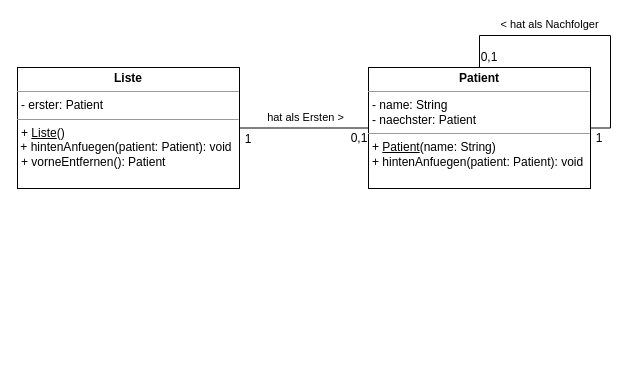
Earlier version of the draw.io diagram page "Seite-2" (2 of 2) of Liste.drawio (JoernWVSG/diagram). Source tidied: cells renumbered, new cells numbered last; positions are measured from the earlier drawing's top-left corner, leaving out a move shared by most shapes. Both pictures are drawn from the tidied source at 100%, with x=0, y=0 at pixel (17, 35).
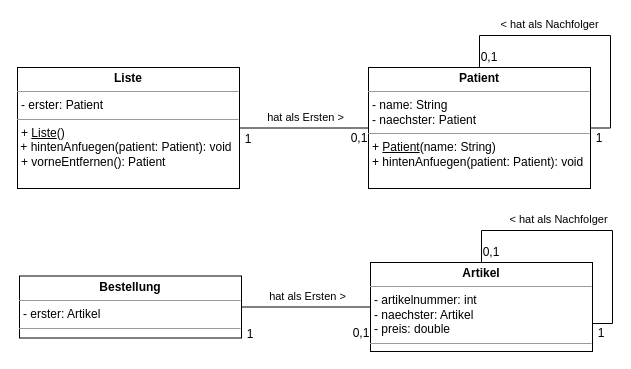
After the change.

The edit, as a diff of the source:
```diff
@@
+    <mxCell id="12" style="edgeStyle=orthogonalEdgeStyle;rounded=0;jettySize=auto;html=1;exitX=1;exitY=0.5;exitDx=0;exitDy=0;entryX=0;entryY=0.5;entryDx=0;entryDy=0;endArrow=none;endFill=0;" parent="1" edge="1" source="14" target="17">
+      <mxGeometry relative="1" as="geometry" />
+    </mxCell>
+    <mxCell id="13" value="hat als Ersten &amp;gt;" style="edgeLabel;html=1;align=center;verticalAlign=middle;" parent="12" vertex="1">
+      <mxGeometry x="-0.28" y="1" relative="1" as="geometry">
+        <mxPoint x="19" y="-10" as="offset" />
+      </mxGeometry>
+    </mxCell>
+    <mxCell id="14" value="&lt;p style=&quot;margin: 0px ; margin-top: 4px ; text-align: center&quot;&gt;&lt;b&gt;Bestellung&lt;/b&gt;&lt;br&gt;&lt;/p&gt;&lt;hr size=&quot;1&quot;&gt;&lt;p style=&quot;margin: 0px ; margin-left: 4px&quot;&gt;- erster: Artikel&lt;/p&gt;&lt;hr size=&quot;1&quot;&gt;" style="verticalAlign=top;align=left;overflow=fill;fontSize=12;fontFamily=Helvetica;html=1;" parent="1" vertex="1">
+      <mxGeometry x="2" y="240.5" width="222" height="62" as="geometry" />
+    </mxCell>
+    <mxCell id="15" style="edgeStyle=orthogonalEdgeStyle;rounded=0;orthogonalLoop=1;jettySize=auto;html=1;exitX=1;exitY=0.5;exitDx=0;exitDy=0;entryX=0.5;entryY=0;entryDx=0;entryDy=0;endArrow=none;endFill=0;" parent="1" edge="1" source="17" target="17">
+      <mxGeometry relative="1" as="geometry">
+        <Array as="points">
+          <mxPoint x="595" y="288" />
+          <mxPoint x="595" y="195" />
+          <mxPoint x="464" y="195" />
+        </Array>
+      </mxGeometry>
+    </mxCell>
+    <mxCell id="16" value="&amp;lt; hat als Nachfolger" style="edgeLabel;html=1;align=center;verticalAlign=middle;" parent="15" vertex="1">
+      <mxGeometry x="0.12" y="1" relative="1" as="geometry">
+        <mxPoint x="-20" y="-13" as="offset" />
+      </mxGeometry>
+    </mxCell>
+    <mxCell id="17" value="&lt;p style=&quot;margin: 0px ; margin-top: 4px ; text-align: center&quot;&gt;&lt;b&gt;Artikel&lt;/b&gt;&lt;br&gt;&lt;/p&gt;&lt;hr size=&quot;1&quot;&gt;&lt;p style=&quot;margin: 0px ; margin-left: 4px&quot;&gt;- artikelnummer: int&lt;br&gt;&lt;/p&gt;&lt;p style=&quot;margin: 0px ; margin-left: 4px&quot;&gt;- naechster: Artikel&lt;/p&gt;&lt;p style=&quot;margin: 0px ; margin-left: 4px&quot;&gt;- preis: double&lt;br&gt;&lt;/p&gt;&lt;hr size=&quot;1&quot;&gt;&lt;br&gt;&amp;nbsp;" style="verticalAlign=top;align=left;overflow=fill;fontSize=12;fontFamily=Helvetica;html=1;" parent="1" vertex="1">
+      <mxGeometry x="353" y="227" width="222" height="89" as="geometry" />
+    </mxCell>
+    <mxCell id="18" value="1" style="text;html=1;align=center;verticalAlign=middle;whiteSpace=wrap;rounded=0;" parent="1" vertex="1">
+      <mxGeometry x="224" y="289" width="18" height="20" as="geometry" />
+    </mxCell>
+    <mxCell id="19" value="0,1" style="text;html=1;align=center;verticalAlign=middle;whiteSpace=wrap;rounded=0;" parent="1" vertex="1">
+      <mxGeometry x="335" y="288" width="18" height="20" as="geometry" />
+    </mxCell>
+    <mxCell id="20" value="0,1" style="text;html=1;align=center;verticalAlign=middle;whiteSpace=wrap;rounded=0;" parent="1" vertex="1">
+      <mxGeometry x="465" y="207" width="18" height="20" as="geometry" />
+    </mxCell>
+    <mxCell id="21" value="1" style="text;html=1;align=center;verticalAlign=middle;whiteSpace=wrap;rounded=0;" parent="1" vertex="1">
+      <mxGeometry x="575" y="288" width="18" height="20" as="geometry" />
+    </mxCell>
```
